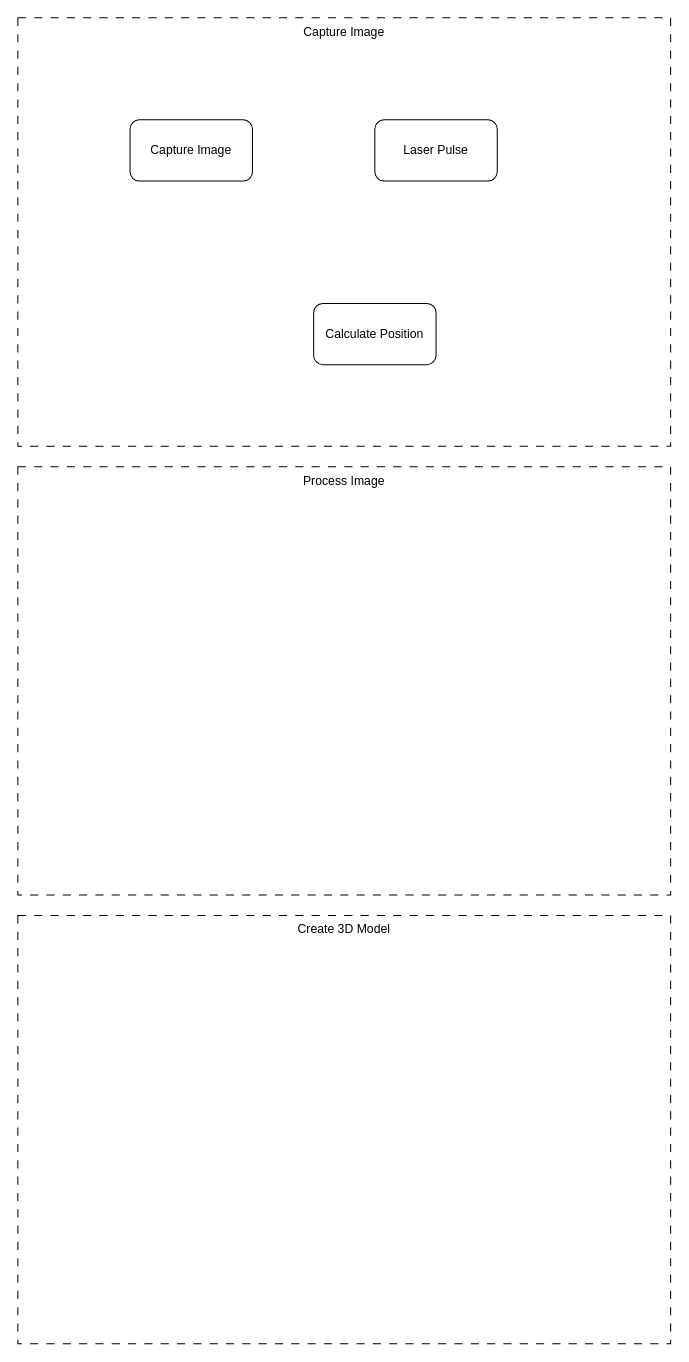
Before: page "Code Architecture" (2 of 3) of docs/HindSight_Architecture.drawio in raycemartin/HindSight, a draw.io diagram. Source tidied: cells renumbered, new cells numbered last; positions are measured from the earlier drawing's top-left corner, leaving out a move shared by most shapes. Both pictures are drawn from the tidied source at 102%, with x=0, y=0 at pixel (17, 17).
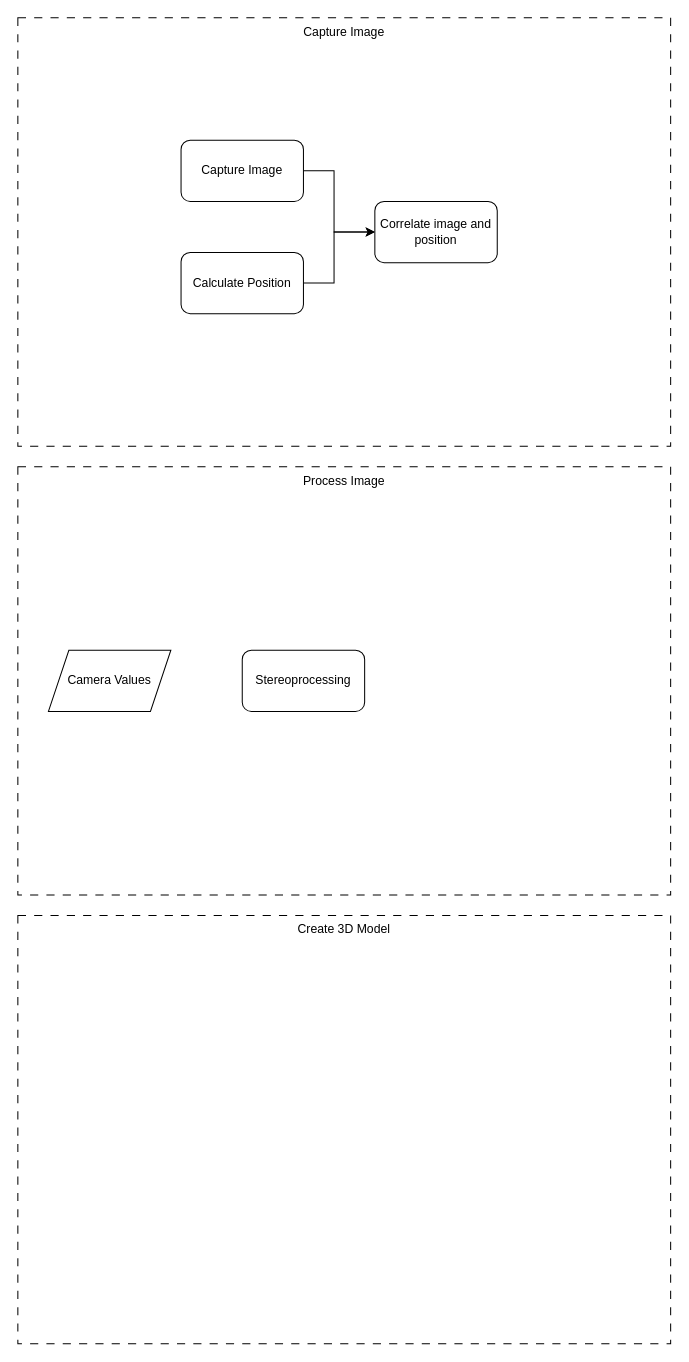
After the change.

What changed in the source:
```diff
@@
 <mxGraphModel>
   <root>
     <mxCell id="0" />
     <mxCell id="1" parent="0" />
     <mxCell id="2" value="Capture Image" style="rounded=0;whiteSpace=wrap;html=1;dashed=1;dashPattern=8 8;verticalAlign=top;" parent="1" vertex="1">
       <mxGeometry width="640" height="420" as="geometry" />
     </mxCell>
+    <mxCell id="8" style="edgeStyle=orthogonalEdgeStyle;rounded=0;jettySize=auto;html=1;exitX=1;exitY=0.5;exitDx=0;exitDy=0;entryX=0;entryY=0.5;entryDx=0;entryDy=0;" parent="1" edge="1" source="3" target="11">
+      <mxGeometry relative="1" as="geometry">
+        <Array as="points">
+          <mxPoint x="310" y="150" />
+          <mxPoint x="310" y="210" />
+        </Array>
+      </mxGeometry>
+    </mxCell>
     <mxCell id="3" value="Capture Image" style="rounded=1;whiteSpace=wrap;html=1;" parent="1" vertex="1">
-      <mxGeometry x="110" y="100" width="120" height="60" as="geometry" />
+      <mxGeometry x="160" y="120" width="120" height="60" as="geometry" />
     </mxCell>
-    <mxCell id="4" value="Laser Pulse" style="rounded=1;whiteSpace=wrap;html=1;" parent="1" vertex="1">
-      <mxGeometry x="350" y="100" width="120" height="60" as="geometry" />
-    </mxCell>
+    <mxCell id="9" style="edgeStyle=orthogonalEdgeStyle;rounded=0;jettySize=auto;html=1;exitX=1;exitY=0.5;exitDx=0;exitDy=0;" parent="1" edge="1" source="5">
+      <mxGeometry relative="1" as="geometry">
+        <mxPoint x="350" y="210" as="targetPoint" />
+        <Array as="points">
+          <mxPoint x="310" y="260" />
+          <mxPoint x="310" y="210" />
+        </Array>
+      </mxGeometry>
+    </mxCell>
     <mxCell id="5" value="Calculate Position" style="rounded=1;whiteSpace=wrap;html=1;" parent="1" vertex="1">
-      <mxGeometry x="290" y="280" width="120" height="60" as="geometry" />
+      <mxGeometry x="160" y="230" width="120" height="60" as="geometry" />
     </mxCell>
     <mxCell id="6" value="Process Image" style="rounded=0;whiteSpace=wrap;html=1;dashed=1;dashPattern=8 8;verticalAlign=top;" parent="1" vertex="1">
       <mxGeometry y="440" width="640" height="420" as="geometry" />
     </mxCell>
     <mxCell id="7" value="Create 3D Model" style="rounded=0;whiteSpace=wrap;html=1;dashed=1;dashPattern=8 8;verticalAlign=top;" parent="1" vertex="1">
       <mxGeometry y="880" width="640" height="420" as="geometry" />
     </mxCell>
+    <mxCell id="10" value="Stereoprocessing" style="rounded=1;whiteSpace=wrap;html=1;" parent="1" vertex="1">
+      <mxGeometry x="220" y="620" width="120" height="60" as="geometry" />
+    </mxCell>
+    <mxCell id="11" value="Correlate image and position" style="rounded=1;whiteSpace=wrap;html=1;" parent="1" vertex="1">
+      <mxGeometry x="350" y="180" width="120" height="60" as="geometry" />
+    </mxCell>
+    <mxCell id="12" value="Camera Values" style="shape=parallelogram;perimeter=parallelogramPerimeter;whiteSpace=wrap;html=1;fixedSize=1;" parent="1" vertex="1">
+      <mxGeometry x="30" y="620" width="120" height="60" as="geometry" />
+    </mxCell>
   </root>
 </mxGraphModel>
```
